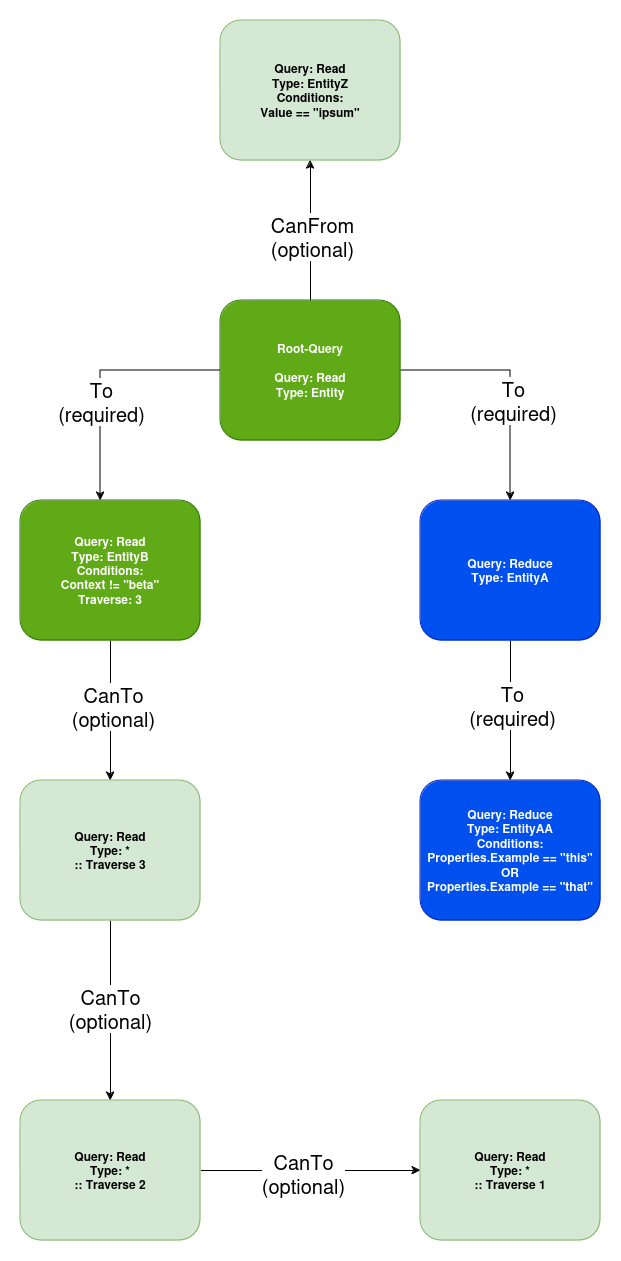
Before: DOCS/IMAGES/complex_read_query_gits_fixed.png, a diagram exported from draw.io (voodooEntity/gits). Source tidied: cells renumbered, new cells last; positions are measured from the earlier drawing's top-left corner, leaving out a move shared by most shapes.
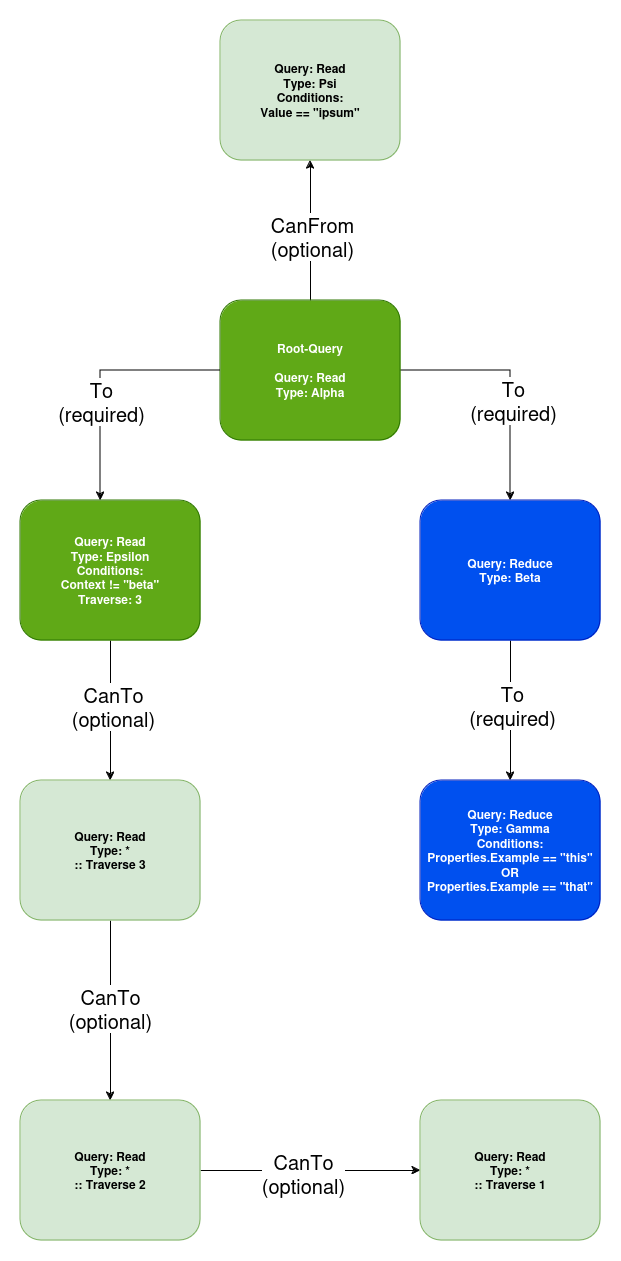
The same diagram one commit later.

Commit message:
finalizing query examples and results. fixing a bug in query parser on mutliple nested reduces. adding new complex query example graphic

Change to the diagram source:
```diff
@@ -14,7 +14,7 @@
     <mxCell id="5" value="&lt;font style=&quot;font-size: 20px;&quot;&gt;CanFrom&lt;br&gt;(optional)&lt;br&gt;&lt;/font&gt;" style="edgeLabel;html=1;align=center;verticalAlign=middle;" parent="4" vertex="1">
       <mxGeometry x="-0.07" y="-1" relative="1" as="geometry" />
     </mxCell>
-    <mxCell id="6" value="&lt;div&gt;&lt;b&gt;Root-Query&lt;br&gt;&lt;br&gt;Query: Read&lt;/b&gt;&lt;/div&gt;&lt;div&gt;&lt;b&gt;Type: Entity&lt;br&gt;&lt;/b&gt;&lt;/div&gt;" style="rounded=1;whiteSpace=wrap;html=1;fillColor=#60a917;strokeColor=#2D7600;fontColor=#ffffff;gradientColor=none;glass=0;shadow=0;" parent="1" vertex="1">
+    <mxCell id="6" value="&lt;div&gt;&lt;b&gt;Root-Query&lt;br&gt;&lt;br&gt;Query: Read&lt;/b&gt;&lt;/div&gt;&lt;div&gt;&lt;b&gt;Type: Alpha&lt;br&gt;&lt;/b&gt;&lt;/div&gt;" style="rounded=1;whiteSpace=wrap;html=1;fillColor=#60a917;strokeColor=#2D7600;fontColor=#ffffff;gradientColor=none;glass=0;shadow=0;" parent="1" vertex="1">
       <mxGeometry x="200" y="280" width="180" height="140" as="geometry" />
     </mxCell>
     <mxCell id="7" style="edgeStyle=orthogonalEdgeStyle;rounded=0;jettySize=auto;html=1;entryX=0.5;entryY=0;entryDx=0;entryDy=0;" parent="1" edge="1" source="9" target="14">
@@ -23,7 +23,7 @@
     <mxCell id="8" value="&lt;div style=&quot;font-size: 20px;&quot;&gt;&lt;font style=&quot;font-size: 20px;&quot;&gt;To &lt;br&gt;&lt;/font&gt;&lt;/div&gt;&lt;div style=&quot;font-size: 20px;&quot;&gt;&lt;font style=&quot;font-size: 20px;&quot;&gt;&lt;font style=&quot;font-size: 20px;&quot;&gt;(required)&lt;font style=&quot;font-size: 20px;&quot;&gt;&lt;br&gt;&lt;/font&gt;&lt;/font&gt;&lt;/font&gt;&lt;/div&gt;" style="edgeLabel;html=1;align=center;verticalAlign=middle;" parent="7" vertex="1">
       <mxGeometry x="-0.09" y="1" relative="1" as="geometry" />
     </mxCell>
-    <mxCell id="9" value="&lt;div&gt;&lt;b&gt;Query: Reduce&lt;/b&gt;&lt;/div&gt;&lt;div&gt;&lt;b&gt;Type: EntityA&lt;br&gt;&lt;/b&gt;&lt;/div&gt;" style="rounded=1;whiteSpace=wrap;html=1;fillColor=#0050ef;fontColor=#ffffff;strokeColor=#001DBC;" parent="1" vertex="1">
+    <mxCell id="9" value="&lt;div&gt;&lt;b&gt;Query: Reduce&lt;/b&gt;&lt;/div&gt;&lt;div&gt;&lt;b&gt;Type: Beta&lt;br&gt;&lt;/b&gt;&lt;/div&gt;" style="rounded=1;whiteSpace=wrap;html=1;fillColor=#0050ef;fontColor=#ffffff;strokeColor=#001DBC;" parent="1" vertex="1">
       <mxGeometry x="400" y="480" width="180" height="140" as="geometry" />
     </mxCell>
     <mxCell id="10" style="edgeStyle=orthogonalEdgeStyle;rounded=0;jettySize=auto;html=1;entryX=0.5;entryY=0;entryDx=0;entryDy=0;" parent="1" edge="1" source="12" target="18">
@@ -32,13 +32,13 @@
     <mxCell id="11" value="&lt;font style=&quot;font-size: 20px;&quot;&gt;CanTo&lt;br&gt;(optional)&lt;/font&gt;" style="edgeLabel;html=1;align=center;verticalAlign=middle;" parent="10" vertex="1">
       <mxGeometry x="-0.07" y="2" relative="1" as="geometry" />
     </mxCell>
-    <mxCell id="12" value="&lt;div&gt;&lt;b&gt;Query: Read&lt;/b&gt;&lt;/div&gt;&lt;div&gt;&lt;b&gt;Type: EntityB&lt;br&gt;&lt;/b&gt;&lt;/div&gt;&lt;div&gt;&lt;b&gt;Conditions:&lt;/b&gt;&lt;/div&gt;&lt;div&gt;&lt;b&gt;Context != &quot;beta&quot;&lt;br&gt;Traverse: 3&lt;br&gt;&lt;/b&gt;&lt;/div&gt;" style="rounded=1;whiteSpace=wrap;html=1;fillColor=#60a917;strokeColor=#2D7600;fontColor=#ffffff;" parent="1" vertex="1">
+    <mxCell id="12" value="&lt;div&gt;&lt;b&gt;Query: Read&lt;/b&gt;&lt;/div&gt;&lt;div&gt;&lt;b&gt;Type: Epsilon&lt;br&gt;&lt;/b&gt;&lt;/div&gt;&lt;div&gt;&lt;b&gt;Conditions:&lt;/b&gt;&lt;/div&gt;&lt;div&gt;&lt;b&gt;Context != &quot;beta&quot;&lt;br&gt;Traverse: 3&lt;br&gt;&lt;/b&gt;&lt;/div&gt;" style="rounded=1;whiteSpace=wrap;html=1;fillColor=#60a917;strokeColor=#2D7600;fontColor=#ffffff;" parent="1" vertex="1">
       <mxGeometry y="480" width="180" height="140" as="geometry" />
     </mxCell>
     <mxCell id="13" style="edgeStyle=orthogonalEdgeStyle;rounded=0;jettySize=auto;html=1;entryX=0.444;entryY=0;entryDx=0;entryDy=0;entryPerimeter=0;" parent="1" edge="1" source="6" target="12">
       <mxGeometry relative="1" as="geometry" />
     </mxCell>
-    <mxCell id="14" value="&lt;div&gt;&lt;b&gt;Query: Reduce&lt;/b&gt;&lt;/div&gt;&lt;div&gt;&lt;b&gt;Type: EntityAA&lt;br&gt;Conditions: Properties.Example == &quot;this&quot;&lt;br&gt;OR&lt;br&gt;Properties.Example == &quot;that&quot;&lt;br&gt;&lt;/b&gt;&lt;/div&gt;" style="rounded=1;whiteSpace=wrap;html=1;fillColor=#0050ef;fontColor=#ffffff;strokeColor=#001DBC;" parent="1" vertex="1">
+    <mxCell id="14" value="&lt;div&gt;&lt;b&gt;Query: Reduce&lt;/b&gt;&lt;/div&gt;&lt;div&gt;&lt;b&gt;Type: Gamma&lt;br&gt;Conditions: Properties.Example == &quot;this&quot;&lt;br&gt;OR&lt;br&gt;Properties.Example == &quot;that&quot;&lt;br&gt;&lt;/b&gt;&lt;/div&gt;" style="rounded=1;whiteSpace=wrap;html=1;fillColor=#0050ef;fontColor=#ffffff;strokeColor=#001DBC;" parent="1" vertex="1">
       <mxGeometry x="400" y="760" width="180" height="140" as="geometry" />
     </mxCell>
     <mxCell id="15" value="&lt;div style=&quot;font-size: 20px;&quot;&gt;&lt;font style=&quot;font-size: 20px;&quot;&gt;To &lt;br&gt;&lt;/font&gt;&lt;/div&gt;&lt;div style=&quot;font-size: 20px;&quot;&gt;&lt;font style=&quot;font-size: 20px;&quot;&gt;&lt;font style=&quot;font-size: 20px;&quot;&gt;(required)&lt;font style=&quot;font-size: 20px;&quot;&gt;&lt;br&gt;&lt;/font&gt;&lt;/font&gt;&lt;/font&gt;&lt;/div&gt;" style="edgeLabel;html=1;align=center;verticalAlign=middle;" parent="1" vertex="1">
@@ -65,7 +65,7 @@
     <mxCell id="22" value="&lt;div&gt;&lt;b&gt;Query: Read&lt;/b&gt;&lt;/div&gt;&lt;div&gt;&lt;b&gt;Type: *&lt;br&gt;:: Traverse 1&lt;br&gt;&lt;/b&gt;&lt;/div&gt;" style="rounded=1;whiteSpace=wrap;html=1;fillColor=#d5e8d4;strokeColor=#82b366;" parent="1" vertex="1">
       <mxGeometry x="400" y="1080" width="180" height="140" as="geometry" />
     </mxCell>
-    <mxCell id="23" value="&lt;div&gt;&lt;b&gt;Query: Read&lt;/b&gt;&lt;/div&gt;&lt;div&gt;&lt;b&gt;Type: EntityZ&lt;/b&gt;&lt;/div&gt;&lt;div&gt;&lt;b&gt;Conditions:&lt;/b&gt;&lt;/div&gt;&lt;div&gt;&lt;b&gt;Value == &quot;ipsum&quot;&lt;br&gt;&lt;/b&gt;&lt;/div&gt;" style="rounded=1;whiteSpace=wrap;html=1;fillColor=#d5e8d4;strokeColor=#82b366;" parent="1" vertex="1">
+    <mxCell id="23" value="&lt;div&gt;&lt;b&gt;Query: Read&lt;/b&gt;&lt;/div&gt;&lt;div&gt;&lt;b&gt;Type: Psi&lt;/b&gt;&lt;/div&gt;&lt;div&gt;&lt;b&gt;Conditions:&lt;/b&gt;&lt;/div&gt;&lt;div&gt;&lt;b&gt;Value == &quot;ipsum&quot;&lt;br&gt;&lt;/b&gt;&lt;/div&gt;" style="rounded=1;whiteSpace=wrap;html=1;fillColor=#d5e8d4;strokeColor=#82b366;" parent="1" vertex="1">
       <mxGeometry x="200" width="180" height="140" as="geometry" />
     </mxCell>
   </root>
```
